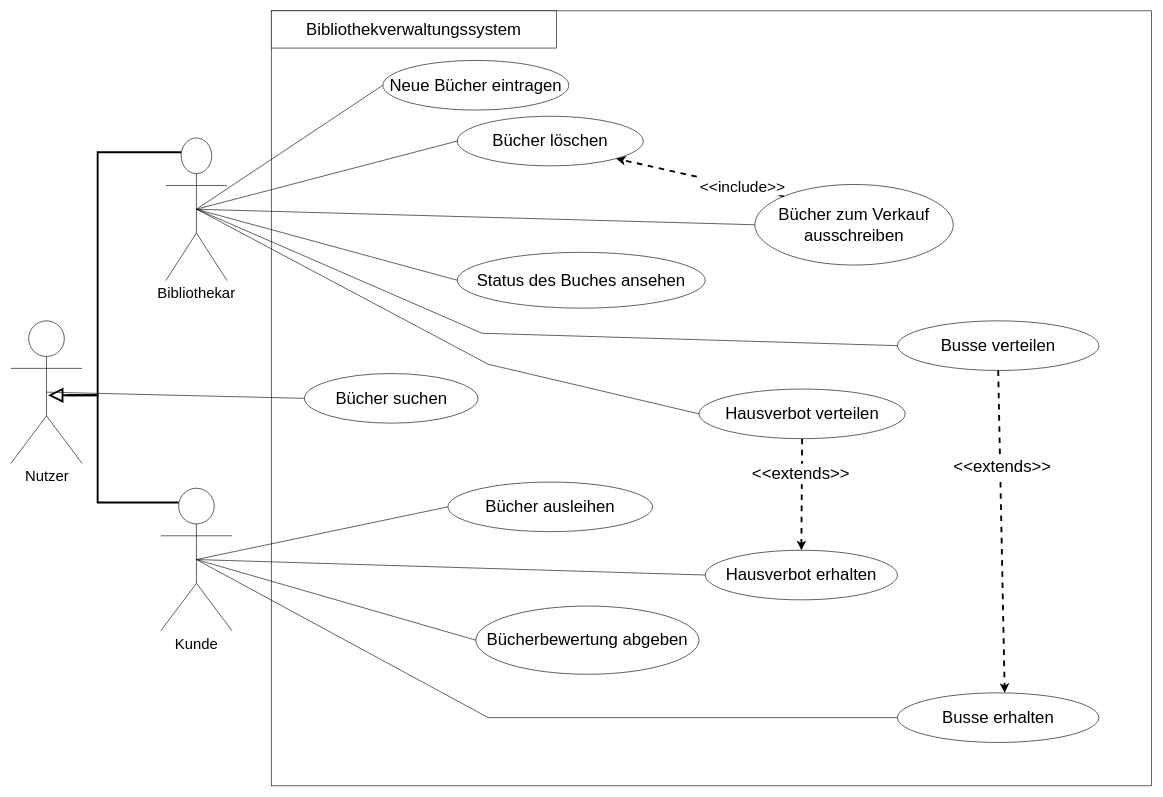
Above: UseCase.drawio in tatjanarusso/Library (draw.io), before the change. Source tidied: cells renumbered, new cells numbered last; positions are measured from the earlier drawing's top-left corner, leaving out a move shared by most shapes. Both pictures are drawn from the tidied source at 62%, with x=0, y=0 at pixel (11, 11).
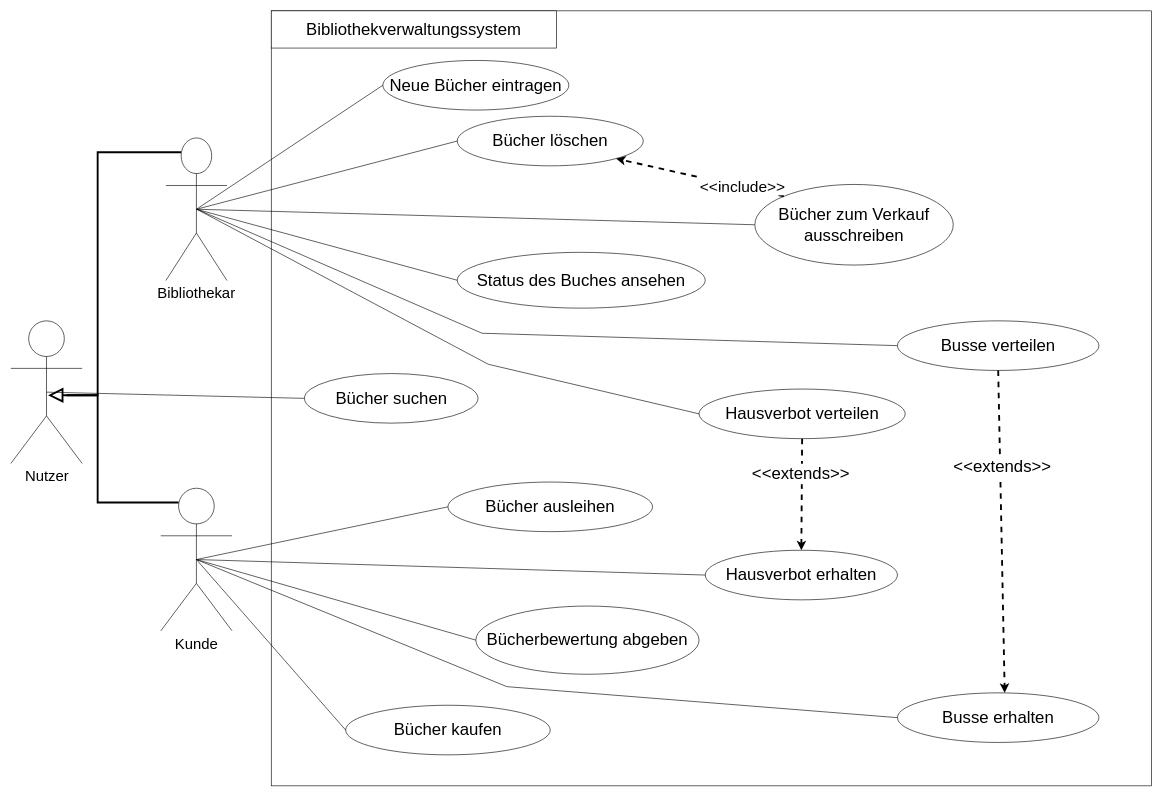
After the change.

Commit message (it also covers changes not shown here):
Weiterführung des KD, Anpassung des Usecase-Diagramm und der Beschreibung

The change refers to these unchanged cells:
```xml
<mxCell id="4" value="&lt;font style=&quot;font-size: 24px&quot;&gt;Kunde&lt;/font&gt;" style="shape=umlActor;verticalLabelPosition=bottom;verticalAlign=top;html=1;outlineConnect=0;fontSize=20;" parent="1" vertex="1">
  <mxGeometry x="241.8" y="770" width="115" height="230" as="geometry" />
</mxCell>
<mxCell id="16" value="Busse erhalten" style="ellipse;whiteSpace=wrap;html=1;fontSize=27;" parent="1" vertex="1">
  <mxGeometry x="1430" y="1100" width="325" height="80" as="geometry" />
</mxCell>
```

The edit, as a diff of the source:
```diff
@@
     <mxCell id="31" style="endArrow=none;html=1;rounded=0;fontSize=27;strokeWidth=1;exitX=0.5;exitY=0.5;exitDx=0;exitDy=0;exitPerimeter=0;entryX=0;entryY=0.5;entryDx=0;entryDy=0;" parent="1" edge="1" source="4" target="16">
       <mxGeometry relative="1" as="geometry">
         <Array as="points">
-          <mxPoint x="770" y="1140" />
+          <mxPoint x="800" y="1090" />
         </Array>
       </mxGeometry>
     </mxCell>
@@
+    <mxCell id="38" value="Bücher kaufen" style="ellipse;whiteSpace=wrap;html=1;fontSize=27;" parent="1" vertex="1">
+      <mxGeometry x="540" y="1120" width="330" height="80" as="geometry" />
+    </mxCell>
+    <mxCell id="39" style="endArrow=none;html=1;rounded=0;exitX=0;exitY=0.5;exitDx=0;exitDy=0;entryX=0.5;entryY=0.5;entryDx=0;entryDy=0;entryPerimeter=0;" parent="1" edge="1" source="38" target="4">
+      <mxGeometry relative="1" as="geometry" />
+    </mxCell>
```
